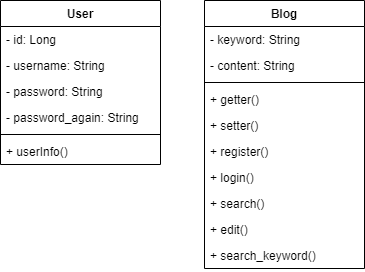
This is class.drawio.png from kittymimi/myspring, a draw.io export, as it was before one commit. Source tidied: cells renumbered, new cells last; positions are measured from the earlier drawing's top-left corner, leaving out a move shared by most shapes.
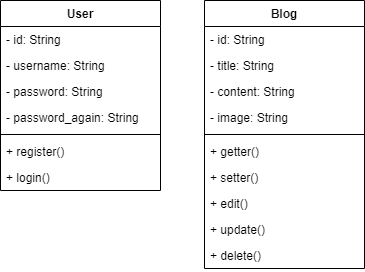
The same diagram one commit later.

Change to the diagram source:
```diff
@@ -3,9 +3,9 @@
     <mxCell id="0" />
     <mxCell id="1" parent="0" />
     <mxCell id="2" value="User" style="swimlane;fontStyle=1;align=center;verticalAlign=top;horizontal=1;startSize=26;" parent="1" vertex="1">
-      <mxGeometry width="160" height="164" as="geometry" />
+      <mxGeometry width="160" height="190" as="geometry" />
     </mxCell>
-    <mxCell id="3" value="- id: Long" style="text;strokeColor=none;fillColor=none;align=left;verticalAlign=top;spacingLeft=4;spacingRight=4;overflow=hidden;" parent="2" vertex="1">
+    <mxCell id="3" value="- id: String" style="text;strokeColor=none;fillColor=none;align=left;verticalAlign=top;spacingLeft=4;spacingRight=4;overflow=hidden;" parent="2" vertex="1">
       <mxGeometry y="26" width="160" height="26" as="geometry" />
     </mxCell>
     <mxCell id="4" value="- username: String" style="text;strokeColor=none;fillColor=none;align=left;verticalAlign=top;spacingLeft=4;spacingRight=4;overflow=hidden;" parent="2" vertex="1">
@@ -20,41 +20,44 @@
     <mxCell id="7" style="line;strokeWidth=1;fillColor=none;align=left;verticalAlign=middle;spacingTop=-1;spacingLeft=3;spacingRight=3;labelPosition=right;" parent="2" vertex="1">
       <mxGeometry y="130" width="160" height="8" as="geometry" />
     </mxCell>
-    <mxCell id="8" value="+ userInfo()" style="text;strokeColor=none;fillColor=none;align=left;verticalAlign=top;spacingLeft=4;spacingRight=4;overflow=hidden;" parent="2" vertex="1">
-      <mxGeometry y="138" width="160" height="26" as="geometry" />
-    </mxCell>
+    <mxCell id="15" value="+ register()" style="text;strokeColor=none;fillColor=none;align=left;verticalAlign=top;spacingLeft=4;spacingRight=4;overflow=hidden;" parent="2" vertex="1">
+      <mxGeometry y="138" width="160" height="26" as="geometry" />
+    </mxCell>
+    <mxCell id="16" value="+ login()" style="text;strokeColor=none;fillColor=none;align=left;verticalAlign=top;spacingLeft=4;spacingRight=4;overflow=hidden;" parent="2" vertex="1">
+      <mxGeometry y="164" width="160" height="26" as="geometry" />
+    </mxCell>
     <mxCell id="9" value="Blog" style="swimlane;fontStyle=1;align=center;verticalAlign=top;horizontal=1;startSize=26;" parent="1" vertex="1">
       <mxGeometry x="204" width="160" height="268" as="geometry" />
     </mxCell>
-    <mxCell id="10" value="- keyword: String " style="text;strokeColor=none;fillColor=none;align=left;verticalAlign=top;spacingLeft=4;spacingRight=4;overflow=hidden;" parent="9" vertex="1">
+    <mxCell id="10" value="- id: String " style="text;strokeColor=none;fillColor=none;align=left;verticalAlign=top;spacingLeft=4;spacingRight=4;overflow=hidden;" parent="9" vertex="1">
       <mxGeometry y="26" width="160" height="26" as="geometry" />
     </mxCell>
+    <mxCell id="20" value="- title: String " style="text;strokeColor=none;fillColor=none;align=left;verticalAlign=top;spacingLeft=4;spacingRight=4;overflow=hidden;" parent="9" vertex="1">
+      <mxGeometry y="52" width="160" height="26" as="geometry" />
+    </mxCell>
     <mxCell id="11" value="- content: String " style="text;strokeColor=none;fillColor=none;align=left;verticalAlign=top;spacingLeft=4;spacingRight=4;overflow=hidden;" parent="9" vertex="1">
-      <mxGeometry y="52" width="160" height="26" as="geometry" />
+      <mxGeometry y="78" width="160" height="26" as="geometry" />
     </mxCell>
+    <mxCell id="21" value="- image: String " style="text;strokeColor=none;fillColor=none;align=left;verticalAlign=top;spacingLeft=4;spacingRight=4;overflow=hidden;" parent="9" vertex="1">
+      <mxGeometry y="104" width="160" height="26" as="geometry" />
+    </mxCell>
     <mxCell id="12" style="line;strokeWidth=1;fillColor=none;align=left;verticalAlign=middle;spacingTop=-1;spacingLeft=3;spacingRight=3;labelPosition=right;" parent="9" vertex="1">
-      <mxGeometry y="78" width="160" height="8" as="geometry" />
+      <mxGeometry y="130" width="160" height="8" as="geometry" />
     </mxCell>
     <mxCell id="13" value="+ getter()" style="text;strokeColor=none;fillColor=none;align=left;verticalAlign=top;spacingLeft=4;spacingRight=4;overflow=hidden;" parent="9" vertex="1">
-      <mxGeometry y="86" width="160" height="26" as="geometry" />
+      <mxGeometry y="138" width="160" height="26" as="geometry" />
     </mxCell>
     <mxCell id="14" value="+ setter()" style="text;strokeColor=none;fillColor=none;align=left;verticalAlign=top;spacingLeft=4;spacingRight=4;overflow=hidden;" parent="9" vertex="1">
-      <mxGeometry y="112" width="160" height="26" as="geometry" />
+      <mxGeometry y="164" width="160" height="26" as="geometry" />
     </mxCell>
-    <mxCell id="15" value="+ register()" style="text;strokeColor=none;fillColor=none;align=left;verticalAlign=top;spacingLeft=4;spacingRight=4;overflow=hidden;" parent="9" vertex="1">
-      <mxGeometry y="138" width="160" height="26" as="geometry" />
-    </mxCell>
-    <mxCell id="16" value="+ login()" style="text;strokeColor=none;fillColor=none;align=left;verticalAlign=top;spacingLeft=4;spacingRight=4;overflow=hidden;" parent="9" vertex="1">
-      <mxGeometry y="164" width="160" height="26" as="geometry" />
-    </mxCell>
-    <mxCell id="17" value="+ search()" style="text;strokeColor=none;fillColor=none;align=left;verticalAlign=top;spacingLeft=4;spacingRight=4;overflow=hidden;" parent="9" vertex="1">
-      <mxGeometry y="190" width="160" height="26" as="geometry" />
-    </mxCell>
     <mxCell id="18" value="+ edit()" style="text;strokeColor=none;fillColor=none;align=left;verticalAlign=top;spacingLeft=4;spacingRight=4;overflow=hidden;" parent="9" vertex="1">
-      <mxGeometry y="216" width="160" height="26" as="geometry" />
+      <mxGeometry y="190" width="160" height="26" as="geometry" />
     </mxCell>
-    <mxCell id="19" value="+ search_keyword()" style="text;strokeColor=none;fillColor=none;align=left;verticalAlign=top;spacingLeft=4;spacingRight=4;overflow=hidden;" parent="9" vertex="1">
-      <mxGeometry y="242" width="160" height="26" as="geometry" />
+    <mxCell id="19" value="+ update()" style="text;strokeColor=none;fillColor=none;align=left;verticalAlign=top;spacingLeft=4;spacingRight=4;overflow=hidden;" parent="9" vertex="1">
+      <mxGeometry y="216" width="160" height="26" as="geometry" />
     </mxCell>
+    <mxCell id="22" value="+ delete()" style="text;strokeColor=none;fillColor=none;align=left;verticalAlign=top;spacingLeft=4;spacingRight=4;overflow=hidden;" parent="9" vertex="1">
+      <mxGeometry y="242" width="160" height="26" as="geometry" />
+    </mxCell>
   </root>
 </mxGraphModel>
```
